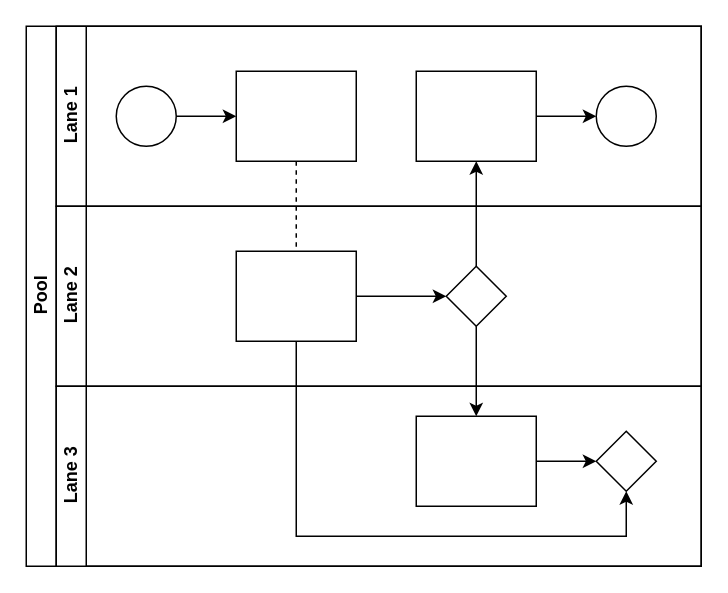
tangjf420/draw keeps this draw.io diagram as 测试/Test.drawio. Above is the earlier version. Source tidied: cells renumbered, new cells numbered last; positions are measured from the earlier drawing's top-left corner, leaving out a move shared by most shapes. Both pictures are drawn from the tidied source at 150%, with x=0, y=0 at pixel (26, 26).
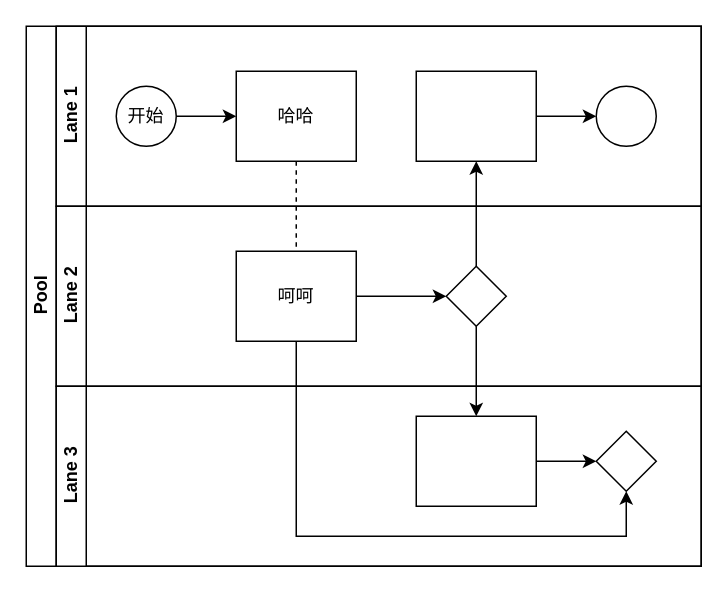
After the change.

Unchanged cells that the change refers to:
```xml
<mxCell id="7" value="Lane 1" style="swimlane;html=1;startSize=20;horizontal=0;" parent="2" vertex="1">
  <mxGeometry x="20" width="430" height="120" as="geometry" />
</mxCell>
<mxCell id="14" value="Lane 2" style="swimlane;html=1;startSize=20;horizontal=0;" parent="2" vertex="1">
  <mxGeometry x="20" y="120" width="430" height="120" as="geometry" />
</mxCell>
```

What changed in the source:
```diff
@@
-    <mxCell id="9" style="ellipse;whiteSpace=wrap;html=1;" parent="7" vertex="1">
+    <mxCell id="9" value="开始" style="ellipse;whiteSpace=wrap;html=1;" parent="7" vertex="1">
       <mxGeometry x="40" y="40" width="40" height="40" as="geometry" />
     </mxCell>
-    <mxCell id="10" style="rounded=0;whiteSpace=wrap;html=1;fontFamily=Helvetica;fontSize=12;fontColor=#000000;align=center;" parent="7" vertex="1">
+    <mxCell id="10" value="哈哈" style="rounded=0;whiteSpace=wrap;html=1;fontFamily=Helvetica;fontSize=12;fontColor=#000000;align=center;" parent="7" vertex="1">
       <mxGeometry x="120" y="30" width="80" height="60" as="geometry" />
     </mxCell>
@@
-    <mxCell id="16" style="rounded=0;whiteSpace=wrap;html=1;fontFamily=Helvetica;fontSize=12;fontColor=#000000;align=center;" parent="14" vertex="1">
+    <mxCell id="16" value="呵呵" style="rounded=0;whiteSpace=wrap;html=1;fontFamily=Helvetica;fontSize=12;fontColor=#000000;align=center;" parent="14" vertex="1">
       <mxGeometry x="120" y="30" width="80" height="60" as="geometry" />
     </mxCell>
```
